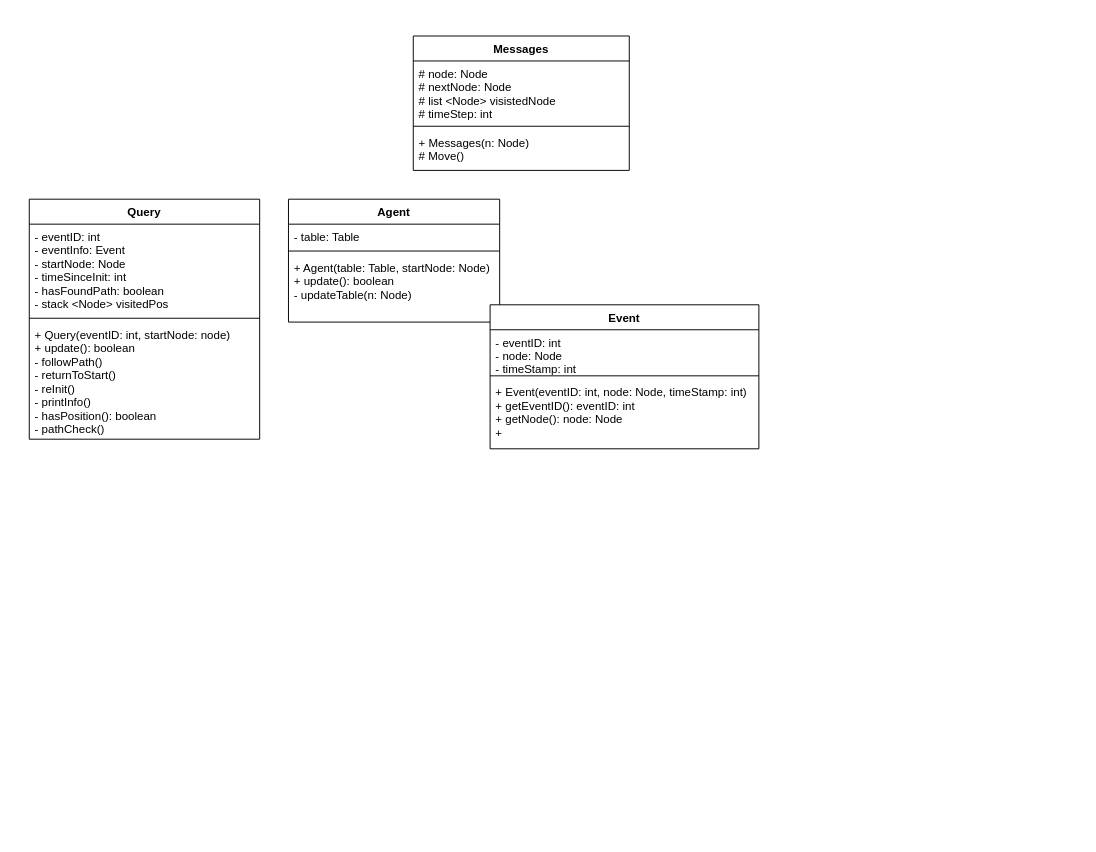
Above: try2.drawio in linusGillarC/matLab (draw.io), before the change. Source tidied: cells renumbered, new cells numbered last; positions are measured from the earlier drawing's top-left corner, leaving out a move shared by most shapes. Both pictures are drawn from the tidied source at 96%, with x=0, y=0 at pixel (29, 36).
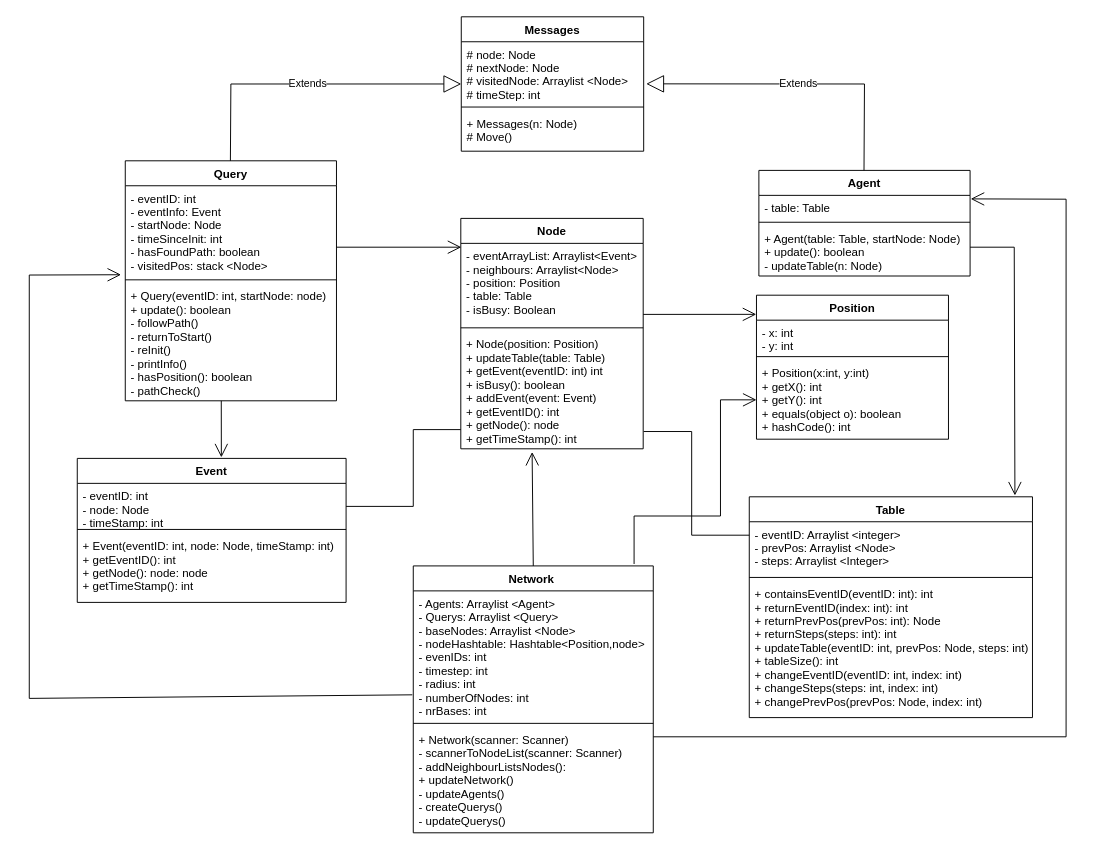
After the change.

The change refers to these unchanged cells:
```xml
<mxCell id="11" value="- table: Table" style="text;strokeColor=none;fillColor=none;align=left;verticalAlign=top;spacingLeft=4;spacingRight=4;overflow=hidden;points=[[0,0.5],[1,0.5]];portConstraint=eastwest;" parent="10" vertex="1">
  <mxGeometry y="26" width="220" height="24" as="geometry" />
</mxCell>
```

The edit, as a diff of the source:
```diff
@@
     <mxCell id="2" value="Messages" style="swimlane;fontStyle=1;align=center;verticalAlign=top;horizontal=1;startSize=26;" parent="1" vertex="1">
-      <mxGeometry x="400" width="225" height="140" as="geometry" />
+      <mxGeometry x="450" y="-20" width="190" height="140" as="geometry" />
     </mxCell>
-    <mxCell id="3" value="# node: Node&#10;# nextNode: Node&#10;# list &lt;Node&gt; visistedNode&#10;# timeStep: int&#10;&#10;&#10;" style="text;strokeColor=none;fillColor=none;align=left;verticalAlign=top;spacingLeft=4;spacingRight=4;overflow=hidden;points=[[0,0.5],[1,0.5]];portConstraint=eastwest;" parent="2" vertex="1">
-      <mxGeometry y="26" width="225" height="64" as="geometry" />
+    <mxCell id="3" value="# node: Node&#10;# nextNode: Node&#10;# visitedNode: Arraylist &lt;Node&gt;&#10;# timeStep: int&#10;&#10;&#10;" style="text;strokeColor=none;fillColor=none;align=left;verticalAlign=top;spacingLeft=4;spacingRight=4;overflow=hidden;points=[[0,0.5],[1,0.5]];portConstraint=eastwest;" parent="2" vertex="1">
+      <mxGeometry y="26" width="190" height="64" as="geometry" />
     </mxCell>
     <mxCell id="4" style="line;strokeWidth=1;fillColor=none;align=left;verticalAlign=middle;spacingTop=-1;spacingLeft=3;spacingRight=3;labelPosition=right;" parent="2" vertex="1">
-      <mxGeometry y="90" width="225" height="8" as="geometry" />
+      <mxGeometry y="90" width="190" height="8" as="geometry" />
     </mxCell>
     <mxCell id="5" value="+ Messages(n: Node)&#10;# Move()&#10;" style="text;strokeColor=none;fillColor=none;align=left;verticalAlign=top;spacingLeft=4;spacingRight=4;overflow=hidden;" parent="2" vertex="1">
-      <mxGeometry y="98" width="225" height="42" as="geometry" />
+      <mxGeometry y="98" width="190" height="42" as="geometry" />
     </mxCell>
     <mxCell id="6" value="Query" style="swimlane;fontStyle=1;align=center;verticalAlign=top;horizontal=1;startSize=26;" parent="1" vertex="1">
-      <mxGeometry y="170" width="240" height="250" as="geometry" />
+      <mxGeometry x="100" y="130" width="220" height="250" as="geometry" />
     </mxCell>
-    <mxCell id="7" value="- eventID: int&#10;- eventInfo: Event&#10;- startNode: Node&#10;- timeSinceInit: int&#10;- hasFoundPath: boolean&#10;- stack &lt;Node&gt; visitedPos&#10;&#10;" style="text;strokeColor=none;fillColor=none;align=left;verticalAlign=top;spacingLeft=4;spacingRight=4;overflow=hidden;points=[[0,0.5],[1,0.5]];portConstraint=eastwest;" parent="6" vertex="1">
-      <mxGeometry y="26" width="240" height="94" as="geometry" />
+    <mxCell id="7" value="- eventID: int&#10;- eventInfo: Event&#10;- startNode: Node&#10;- timeSinceInit: int&#10;- hasFoundPath: boolean&#10;- visitedPos: stack &lt;Node&gt;&#10;&#10;" style="text;strokeColor=none;fillColor=none;align=left;verticalAlign=top;spacingLeft=4;spacingRight=4;overflow=hidden;points=[[0,0.5],[1,0.5]];portConstraint=eastwest;" parent="6" vertex="1">
+      <mxGeometry y="26" width="220" height="94" as="geometry" />
     </mxCell>
     <mxCell id="8" style="line;strokeWidth=1;fillColor=none;align=left;verticalAlign=middle;spacingTop=-1;spacingLeft=3;spacingRight=3;labelPosition=right;" parent="6" vertex="1">
-      <mxGeometry y="120" width="240" height="8" as="geometry" />
+      <mxGeometry y="120" width="220" height="8" as="geometry" />
     </mxCell>
     <mxCell id="9" value="+ Query(eventID: int, startNode: node)&#10;+ update(): boolean&#10;- followPath()&#10;- returnToStart()&#10;- reInit()&#10;- printInfo()&#10;- hasPosition(): boolean&#10;- pathCheck()&#10;&#10;&#10;" style="text;strokeColor=none;fillColor=none;align=left;verticalAlign=top;spacingLeft=4;spacingRight=4;overflow=hidden;" parent="6" vertex="1">
-      <mxGeometry y="128" width="240" height="122" as="geometry" />
+      <mxGeometry y="128" width="220" height="122" as="geometry" />
     </mxCell>
     <mxCell id="10" value="Agent" style="swimlane;fontStyle=1;align=center;verticalAlign=top;horizontal=1;startSize=26;" parent="1" vertex="1">
-      <mxGeometry x="270" y="170" width="220" height="128" as="geometry" />
+      <mxGeometry x="760" y="140" width="220" height="110" as="geometry" />
     </mxCell>
@@
     <mxCell id="13" value="+ Agent(table: Table, startNode: Node)&#10;+ update(): boolean&#10;- updateTable(n: Node)" style="text;strokeColor=none;fillColor=none;align=left;verticalAlign=top;spacingLeft=4;spacingRight=4;overflow=hidden;" parent="10" vertex="1">
-      <mxGeometry y="58" width="220" height="70" as="geometry" />
+      <mxGeometry y="58" width="220" height="52" as="geometry" />
     </mxCell>
     <mxCell id="14" value="Event" style="swimlane;fontStyle=1;align=center;verticalAlign=top;horizontal=1;startSize=26;" parent="1" vertex="1">
-      <mxGeometry x="480" y="280" width="280" height="150" as="geometry" />
+      <mxGeometry x="50" y="440" width="280" height="150" as="geometry" />
     </mxCell>
@@
-    <mxCell id="17" value="+ Event(eventID: int, node: Node, timeStamp: int)&#10;+ getEventID(): eventID: int&#10;+ getNode(): node: Node&#10;+ &#10;" style="text;strokeColor=none;fillColor=none;align=left;verticalAlign=top;spacingLeft=4;spacingRight=4;overflow=hidden;" parent="14" vertex="1">
+    <mxCell id="17" value="+ Event(eventID: int, node: Node, timeStamp: int)&#10;+ getEventID(): int&#10;+ getNode(): node: node&#10;+ getTimeStamp(): int &#10;" style="text;strokeColor=none;fillColor=none;align=left;verticalAlign=top;spacingLeft=4;spacingRight=4;overflow=hidden;" parent="14" vertex="1">
       <mxGeometry y="78" width="280" height="72" as="geometry" />
     </mxCell>
+    <mxCell id="18" value="Position" style="swimlane;fontStyle=1;align=center;verticalAlign=top;horizontal=1;startSize=26;" parent="1" vertex="1">
+      <mxGeometry x="757.5" y="270" width="200" height="150" as="geometry" />
+    </mxCell>
+    <mxCell id="19" value="- x: int&#10;- y: int " style="text;strokeColor=none;fillColor=none;align=left;verticalAlign=top;spacingLeft=4;spacingRight=4;overflow=hidden;" parent="18" vertex="1">
+      <mxGeometry y="26" width="200" height="34" as="geometry" />
+    </mxCell>
+    <mxCell id="20" style="line;strokeWidth=1;fillColor=none;align=left;verticalAlign=middle;spacingTop=-1;spacingLeft=3;spacingRight=3;labelPosition=right;" parent="18" vertex="1">
+      <mxGeometry y="60" width="200" height="8" as="geometry" />
+    </mxCell>
+    <mxCell id="21" value="+ Position(x:int, y:int)&#10;+ getX(): int&#10;+ getY(): int&#10;+ equals(object o): boolean&#10;+ hashCode(): int" style="text;strokeColor=none;fillColor=none;align=left;verticalAlign=top;spacingLeft=4;spacingRight=4;overflow=hidden;points=[[0,0.5],[1,0.5]];portConstraint=eastwest;" parent="18" vertex="1">
+      <mxGeometry y="68" width="200" height="82" as="geometry" />
+    </mxCell>
+    <mxCell id="22" value="Node" style="swimlane;fontStyle=1;align=center;verticalAlign=top;horizontal=1;startSize=26;" parent="1" vertex="1">
+      <mxGeometry x="449.5" y="190" width="190" height="240" as="geometry" />
+    </mxCell>
+    <mxCell id="23" value="- eventArrayList: Arraylist&lt;Event&gt;&#10;- neighbours: Arraylist&lt;Node&gt;&#10;- position: Position&#10;- table: Table&#10;- isBusy: Boolean&#10;" style="text;strokeColor=none;fillColor=none;align=left;verticalAlign=top;spacingLeft=4;spacingRight=4;overflow=hidden;" parent="22" vertex="1">
+      <mxGeometry y="26" width="190" height="84" as="geometry" />
+    </mxCell>
+    <mxCell id="24" style="line;strokeWidth=1;fillColor=none;align=left;verticalAlign=middle;spacingTop=-1;spacingLeft=3;spacingRight=3;labelPosition=right;" parent="22" vertex="1">
+      <mxGeometry y="110" width="190" height="8" as="geometry" />
+    </mxCell>
+    <mxCell id="25" value="+ Node(position: Position)&#10;+ updateTable(table: Table)&#10;+ getEvent(eventID: int) int&#10;+ isBusy(): boolean&#10;+ addEvent(event: Event) &#10;+ getEventID(): int&#10;+ getNode(): node&#10;+ getTimeStamp(): int" style="text;strokeColor=none;fillColor=none;align=left;verticalAlign=top;spacingLeft=4;spacingRight=4;overflow=hidden;points=[[0,0.5],[1,0.5]];portConstraint=eastwest;" parent="22" vertex="1">
+      <mxGeometry y="118" width="190" height="122" as="geometry" />
+    </mxCell>
+    <mxCell id="26" value="Table" style="swimlane;fontStyle=1;align=center;verticalAlign=top;horizontal=1;startSize=26;" parent="1" vertex="1">
+      <mxGeometry x="750" y="480" width="295" height="230" as="geometry" />
+    </mxCell>
+    <mxCell id="27" value="- eventID: Arraylist &lt;integer&gt;&#10;- prevPos: Arraylist &lt;Node&gt;&#10;- steps: Arraylist &lt;Integer&gt;&#10;" style="text;strokeColor=none;fillColor=none;align=left;verticalAlign=top;spacingLeft=4;spacingRight=4;overflow=hidden;" parent="26" vertex="1">
+      <mxGeometry y="26" width="295" height="54" as="geometry" />
+    </mxCell>
+    <mxCell id="28" style="line;strokeWidth=1;fillColor=none;align=left;verticalAlign=middle;spacingTop=-1;spacingLeft=3;spacingRight=3;labelPosition=right;" parent="26" vertex="1">
+      <mxGeometry y="80" width="295" height="8" as="geometry" />
+    </mxCell>
+    <mxCell id="29" value="+ containsEventID(eventID: int): int&#10;+ returnEventID(index: int): int&#10;+ returnPrevPos(prevPos: int): Node&#10;+ returnSteps(steps: int): int&#10;+ updateTable(eventID: int, prevPos: Node, steps: int)&#10;+ tableSize(): int&#10;+ changeEventID(eventID: int, index: int)&#10;+ changeSteps(steps: int, index: int)&#10;+ changePrevPos(prevPos: Node, index: int)&#10;" style="text;strokeColor=none;fillColor=none;align=left;verticalAlign=top;spacingLeft=4;spacingRight=4;overflow=hidden;" parent="26" vertex="1">
+      <mxGeometry y="88" width="295" height="142" as="geometry" />
+    </mxCell>
+    <mxCell id="30" value="Network " style="swimlane;fontStyle=1;align=center;verticalAlign=top;horizontal=1;startSize=26;" parent="1" vertex="1">
+      <mxGeometry x="400" y="552" width="250" height="278" as="geometry" />
+    </mxCell>
+    <mxCell id="31" value="- Agents: Arraylist &lt;Agent&gt;&#10;- Querys: Arraylist &lt;Query&gt;&#10;- baseNodes: Arraylist &lt;Node&gt;&#10;- nodeHashtable: Hashtable&lt;Position,node&gt;&#10;- evenIDs: int&#10;- timestep: int&#10;- radius: int&#10;- numberOfNodes: int&#10;- nrBases: int" style="text;strokeColor=none;fillColor=none;align=left;verticalAlign=top;spacingLeft=4;spacingRight=4;overflow=hidden;points=[[0,0.5],[1,0.5]];portConstraint=eastwest;" parent="30" vertex="1">
+      <mxGeometry y="26" width="250" height="134" as="geometry" />
+    </mxCell>
+    <mxCell id="32" style="line;strokeWidth=1;fillColor=none;align=left;verticalAlign=middle;spacingTop=-1;spacingLeft=3;spacingRight=3;labelPosition=right;" parent="30" vertex="1">
+      <mxGeometry y="160" width="250" height="8" as="geometry" />
+    </mxCell>
+    <mxCell id="33" value="+ Network(scanner: Scanner)&#10;- scannerToNodeList(scanner: Scanner)&#10;- addNeighbourListsNodes():&#10;+ updateNetwork()&#10;- updateAgents()&#10;- createQuerys()&#10;- updateQuerys()" style="text;strokeColor=none;fillColor=none;align=left;verticalAlign=top;spacingLeft=4;spacingRight=4;overflow=hidden;" parent="30" vertex="1">
+      <mxGeometry y="168" width="250" height="110" as="geometry" />
+    </mxCell>
+    <mxCell id="34" value="Extends" style="endArrow=block;endSize=16;endFill=0;html=1;rounded=0;entryX=0;entryY=0.687;entryDx=0;entryDy=0;entryPerimeter=0;" parent="1" edge="1" target="3">
+      <mxGeometry relative="1" as="geometry">
+        <mxPoint x="209.5" y="130" as="sourcePoint" />
+        <Array as="points">
+          <mxPoint x="210" y="50" />
+        </Array>
+      </mxGeometry>
+    </mxCell>
+    <mxCell id="35" value="Extends" style="endArrow=block;endSize=16;endFill=0;html=1;rounded=0;entryX=1.014;entryY=0.685;entryDx=0;entryDy=0;entryPerimeter=0;" parent="1" edge="1" target="3">
+      <mxGeometry relative="1" as="geometry">
+        <mxPoint x="869.5" y="140" as="sourcePoint" />
+        <Array as="points">
+          <mxPoint x="870" y="50" />
+        </Array>
+      </mxGeometry>
+    </mxCell>
+    <mxCell id="36" style="endArrow=open;endFill=1;endSize=12;html=1;rounded=0;entryX=0;entryY=0.5;entryDx=0;entryDy=0;" parent="1" edge="1" target="21">
+      <mxGeometry relative="1" as="geometry">
+        <mxPoint x="630" y="550" as="sourcePoint" />
+        <Array as="points">
+          <mxPoint x="630" y="500" />
+          <mxPoint x="720" y="500" />
+          <mxPoint x="720" y="379" />
+        </Array>
+      </mxGeometry>
+    </mxCell>
+    <mxCell id="37" style="endArrow=open;endFill=1;endSize=12;html=1;rounded=0;entryX=0.938;entryY=-0.006;entryDx=0;entryDy=0;entryPerimeter=0;" parent="1" edge="1" target="26">
+      <mxGeometry relative="1" as="geometry">
+        <mxPoint x="980" y="220" as="sourcePoint" />
+        <Array as="points">
+          <mxPoint x="1026" y="220" />
+        </Array>
+      </mxGeometry>
+    </mxCell>
+    <mxCell id="38" style="endArrow=open;endFill=1;endSize=12;html=1;rounded=0;exitX=-0.004;exitY=0.808;exitDx=0;exitDy=0;exitPerimeter=0;entryX=-0.02;entryY=0.986;entryDx=0;entryDy=0;entryPerimeter=0;" parent="1" edge="1" source="31" target="7">
+      <mxGeometry relative="1" as="geometry">
+        <Array as="points">
+          <mxPoint y="690" />
+          <mxPoint y="249" />
+        </Array>
+      </mxGeometry>
+    </mxCell>
+    <mxCell id="39" style="endArrow=open;endFill=1;endSize=12;html=1;rounded=0;entryX=0.536;entryY=-0.007;entryDx=0;entryDy=0;entryPerimeter=0;" parent="1" edge="1" target="14">
+      <mxGeometry relative="1" as="geometry">
+        <mxPoint x="200" y="380" as="sourcePoint" />
+      </mxGeometry>
+    </mxCell>
+    <mxCell id="40" style="endArrow=open;endFill=1;endSize=12;html=1;rounded=0;entryX=-0.001;entryY=0.133;entryDx=0;entryDy=0;entryPerimeter=0;" parent="1" edge="1" target="18">
+      <mxGeometry relative="1" as="geometry">
+        <mxPoint x="639.5" y="290" as="sourcePoint" />
+      </mxGeometry>
+    </mxCell>
+    <mxCell id="41" style="endArrow=open;endFill=1;endSize=12;html=1;rounded=0;" parent="1" edge="1">
+      <mxGeometry relative="1" as="geometry">
+        <mxPoint x="320" y="220" as="sourcePoint" />
+        <mxPoint x="450" y="220" as="targetPoint" />
+      </mxGeometry>
+    </mxCell>
+    <mxCell id="42" style="endArrow=none;html=1;edgeStyle=orthogonalEdgeStyle;rounded=0;" parent="1" edge="1">
+      <mxGeometry relative="1" as="geometry">
+        <mxPoint x="640" y="412" as="sourcePoint" />
+        <mxPoint x="750" y="520" as="targetPoint" />
+        <Array as="points">
+          <mxPoint x="690" y="412" />
+          <mxPoint x="690" y="520" />
+        </Array>
+      </mxGeometry>
+    </mxCell>
+    <mxCell id="43" style="endArrow=open;endFill=1;endSize=12;html=1;rounded=0;entryX=1.003;entryY=0.153;entryDx=0;entryDy=0;entryPerimeter=0;" parent="1" edge="1" target="11">
+      <mxGeometry relative="1" as="geometry">
+        <mxPoint x="650" y="730" as="sourcePoint" />
+        <Array as="points">
+          <mxPoint x="1080" y="730" />
+          <mxPoint x="1080" y="170" />
+        </Array>
+      </mxGeometry>
+    </mxCell>
+    <mxCell id="44" style="endArrow=open;endFill=1;endSize=12;html=1;rounded=0;exitX=0.5;exitY=0;exitDx=0;exitDy=0;entryX=0.391;entryY=1.027;entryDx=0;entryDy=0;entryPerimeter=0;" parent="1" edge="1" source="30" target="25">
+      <mxGeometry relative="1" as="geometry" />
+    </mxCell>
+    <mxCell id="45" style="endArrow=none;html=1;edgeStyle=orthogonalEdgeStyle;rounded=0;" parent="1" edge="1" target="25">
+      <mxGeometry relative="1" as="geometry">
+        <mxPoint x="330" y="490" as="sourcePoint" />
+        <Array as="points">
+          <mxPoint x="400" y="490" />
+          <mxPoint x="400" y="410" />
+        </Array>
+      </mxGeometry>
+    </mxCell>
```
